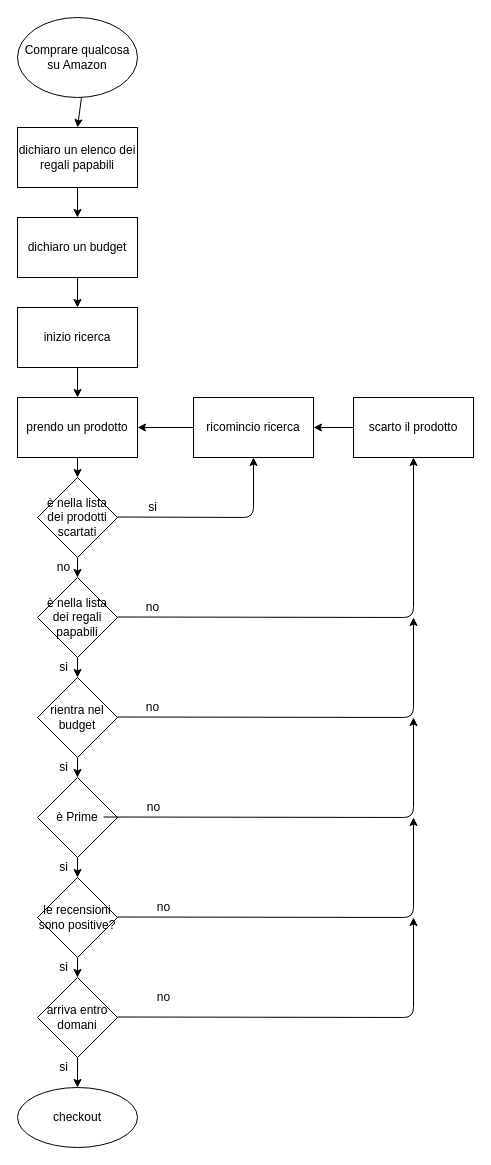
This is readme.drawio from MirkOrlando/human-code, a draw.io file, before an edit. Source tidied: cells renumbered, new cells numbered last; positions are measured from the earlier drawing's top-left corner, leaving out a move shared by most shapes. Both pictures are drawn from the tidied source at 100%, with x=0, y=0 at pixel (17, 17).
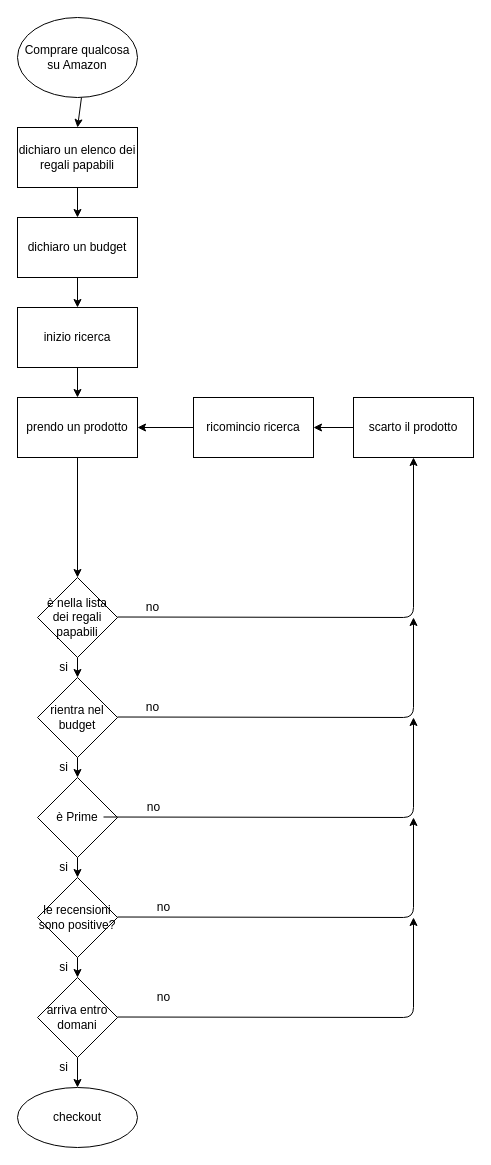
The same diagram, later.

Commit message:
corrected diagram human-code

The change refers to these unchanged cells:
```xml
<mxCell id="11" value="è nella lista dei regali papabili" style="rhombus;whiteSpace=wrap;html=1;" parent="1" vertex="1">
  <mxGeometry x="20" y="560" width="80" height="80" as="geometry" />
</mxCell>
<mxCell id="22" value="prendo un prodotto" style="whiteSpace=wrap;html=1;" parent="1" vertex="1">
  <mxGeometry y="380" width="120" height="60" as="geometry" />
</mxCell>
<mxCell id="24" value="ricomincio ricerca" style="rounded=0;whiteSpace=wrap;html=1;" parent="1" vertex="1">
  <mxGeometry x="176" y="380" width="120" height="60" as="geometry" />
</mxCell>
```

Change to the diagram source:
```diff
@@
-    <mxCell id="21" style="edgeStyle=none;html=1;" parent="1" edge="1" source="22" target="33">
-      <mxGeometry relative="1" as="geometry" />
-    </mxCell>
+    <mxCell id="47" style="edgeStyle=none;html=1;entryX=0.5;entryY=0;entryDx=0;entryDy=0;" parent="1" edge="1" source="22" target="11">
+      <mxGeometry relative="1" as="geometry" />
+    </mxCell>
@@
-    <mxCell id="28" style="endArrow=classic;html=1;entryX=0.5;entryY=1;entryDx=0;entryDy=0;" parent="1" edge="1" target="24">
-      <mxGeometry relative="1" as="geometry">
-        <mxPoint x="100" y="499.5" as="sourcePoint" />
-        <Array as="points">
-          <mxPoint x="236" y="500" />
-        </Array>
-      </mxGeometry>
-    </mxCell>
@@
-    <mxCell id="32" style="edgeStyle=none;html=1;" parent="1" edge="1" source="33" target="11">
-      <mxGeometry relative="1" as="geometry" />
-    </mxCell>
-    <mxCell id="33" value="è nella lista dei prodotti scartati" style="rhombus;whiteSpace=wrap;html=1;" parent="1" vertex="1">
-      <mxGeometry x="20" y="460" width="80" height="80" as="geometry" />
-    </mxCell>
-    <mxCell id="34" value="no" style="text;html=1;align=center;verticalAlign=middle;strokeColor=none;fillColor=none;" parent="1" vertex="1">
-      <mxGeometry x="31" y="540" width="30" height="20" as="geometry" />
-    </mxCell>
@@
-    <mxCell id="41" value="si" style="text;html=1;align=center;verticalAlign=middle;strokeColor=none;fillColor=none;" parent="1" vertex="1">
-      <mxGeometry x="125" y="480" width="20" height="20" as="geometry" />
-    </mxCell>
```
